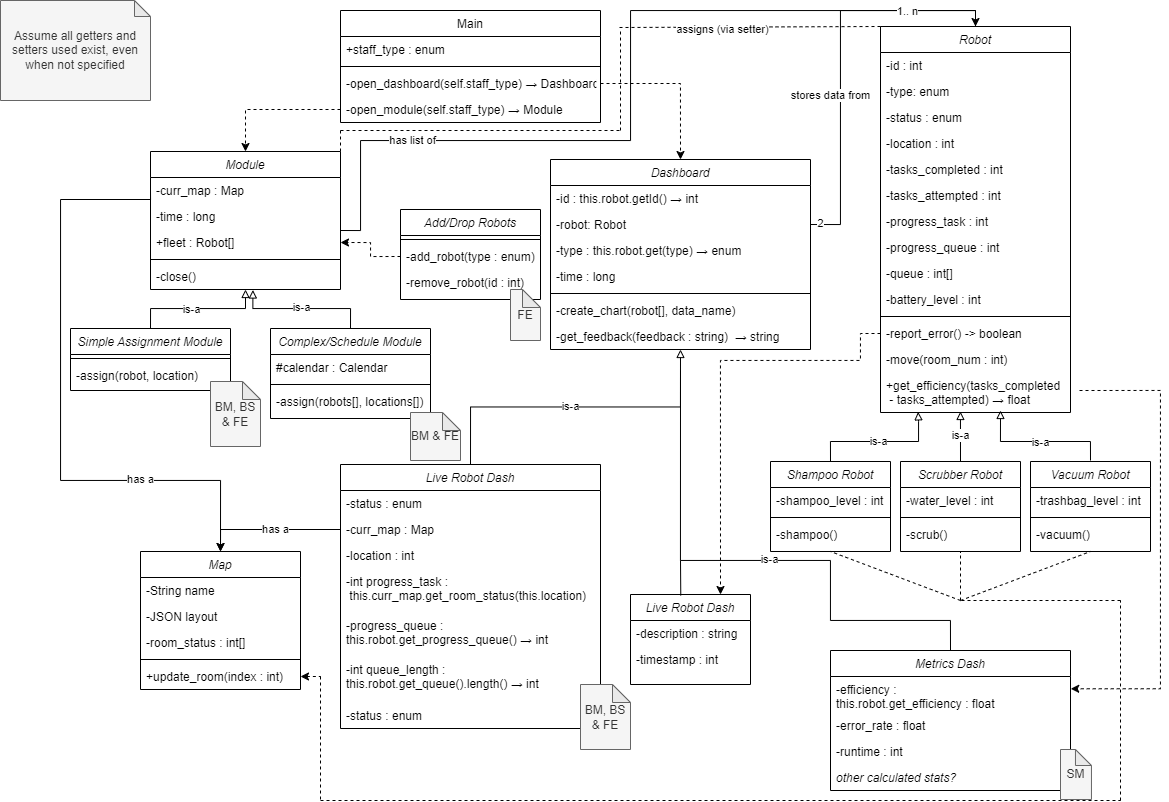
This is docs/design/png_files/ClassDiagram.png from ur-swe-fa24/main-project-snoopy-corp, a draw.io export, as it was before one commit. Source tidied: cells renumbered, new cells last; positions are measured from the earlier drawing's top-left corner, leaving out a move shared by most shapes.
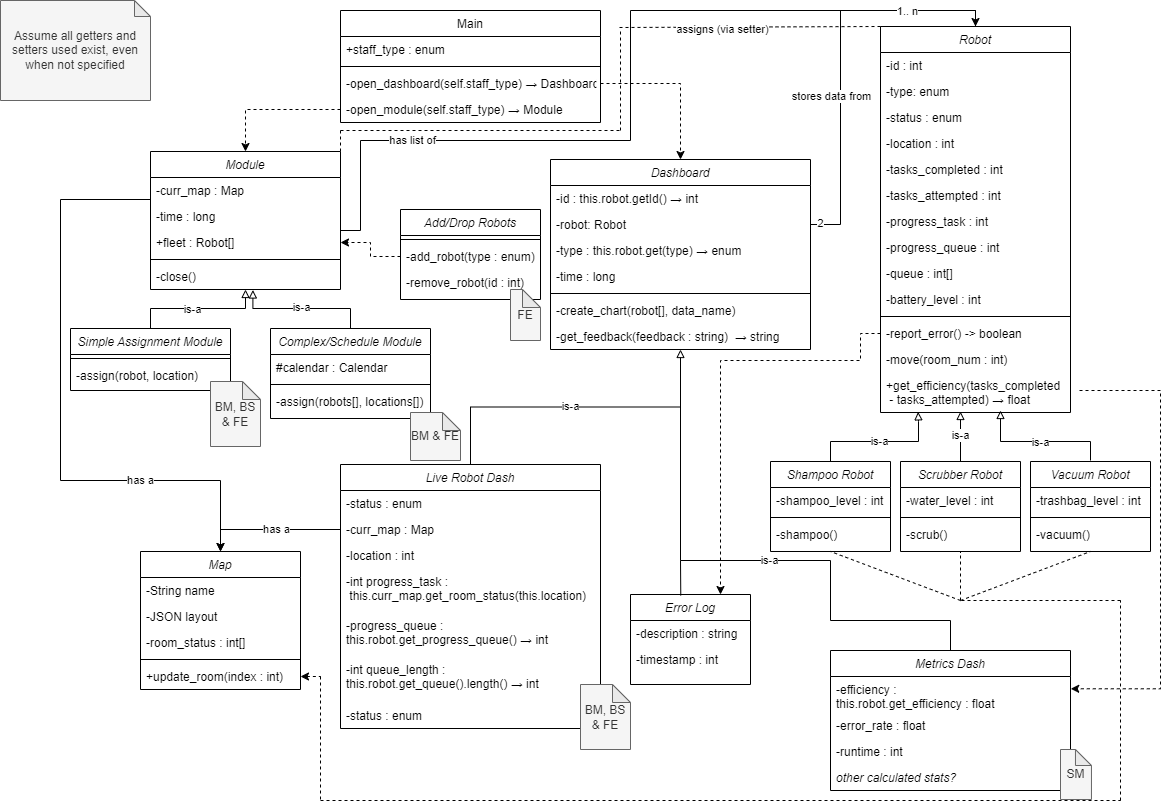
After the commit.

Commit message:
Corrected error log typo.

What changed in the source:
```diff
@@ -457,7 +457,7 @@
         <mxPoint x="320" y="676" as="targetPoint" />
       </mxGeometry>
     </mxCell>
-    <mxCell id="120" value="Live Robot Dash" style="swimlane;fontStyle=2;align=center;verticalAlign=top;horizontal=1;startSize=26;rounded=0;shadow=0;strokeWidth=1;" parent="1" vertex="1">
+    <mxCell id="120" value="Error Log" style="swimlane;fontStyle=2;align=center;verticalAlign=top;horizontal=1;startSize=26;rounded=0;shadow=0;strokeWidth=1;" parent="1" vertex="1">
       <mxGeometry x="630" y="594" width="120" height="90" as="geometry" />
     </mxCell>
     <mxCell id="121" value="-description : string" style="text;align=left;verticalAlign=top;spacingLeft=4;spacingRight=4;overflow=hidden;fontStyle=0;" parent="120" vertex="1">
```
